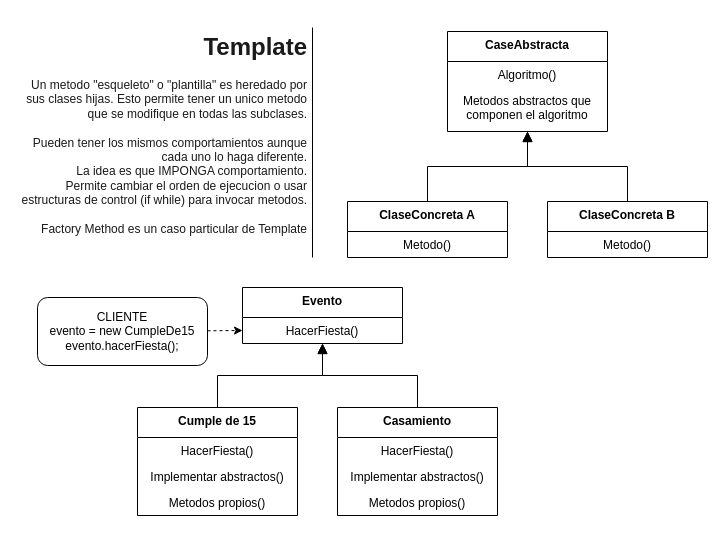
Earlier version of the draw.io diagram page "6 Template Method" (6 of 6) of Patrones de Disenio.drawio (veroyols/I3007_patrones_de_disenio). Source tidied: cells renumbered, new cells numbered last; positions are measured from the earlier drawing's top-left corner, leaving out a move shared by most shapes. Both pictures are drawn from the tidied source at 100%, with x=0, y=0 at pixel (17, 27).
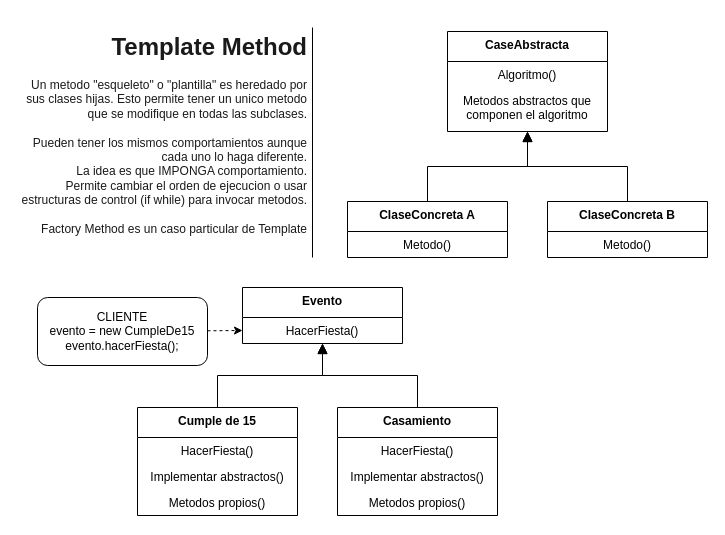
The same page after the edit.

Change to the diagram source:
```diff
@@
-    <mxCell id="5" value="&lt;h1&gt;&lt;font color=&quot;#1a1a1a&quot;&gt;Template&lt;/font&gt;&lt;/h1&gt;&lt;div&gt;&lt;span&gt;&lt;font color=&quot;#1a1a1a&quot;&gt;Un metodo &quot;esqueleto&quot; o &quot;plantilla&quot; es heredado por sus clases hijas. Esto p&lt;/font&gt;&lt;/span&gt;&lt;span&gt;&lt;font color=&quot;#1a1a1a&quot;&gt;ermite tener un unico metodo que se modifique en todas las subclases.&lt;/font&gt;&lt;/span&gt;&lt;/div&gt;&lt;div&gt;&lt;span style=&quot;color: rgb(26 , 26 , 26)&quot;&gt;&lt;br&gt;&lt;/span&gt;&lt;/div&gt;&lt;div&gt;&lt;span style=&quot;color: rgb(26 , 26 , 26)&quot;&gt;Pueden tener los mismos comportamientos aunque cada uno lo haga diferente.&lt;/span&gt;&lt;/div&gt;&lt;div&gt;&lt;span style=&quot;color: rgb(26 , 26 , 26)&quot;&gt;La idea es que IMPONGA comportamiento.&lt;/span&gt;&lt;/div&gt;&lt;div&gt;&lt;font color=&quot;#1a1a1a&quot;&gt;Permite cambiar el orden de ejecucion o usar estructuras de control (if while) para invocar metodos.&lt;/font&gt;&lt;/div&gt;&lt;div&gt;&lt;font color=&quot;#1a1a1a&quot;&gt;&lt;br&gt;&lt;/font&gt;&lt;/div&gt;&lt;div&gt;&lt;font color=&quot;#1a1a1a&quot;&gt;Factory Method es un caso particular de Template&lt;/font&gt;&lt;/div&gt;&lt;p&gt;&lt;/p&gt;" style="text;html=1;strokeColor=none;fillColor=none;spacing=5;spacingTop=-20;whiteSpace=wrap;overflow=hidden;rounded=0;align=right;" parent="1" vertex="1">
+    <mxCell id="5" value="&lt;h1&gt;&lt;font color=&quot;#1a1a1a&quot;&gt;Template Method&lt;/font&gt;&lt;/h1&gt;&lt;div&gt;&lt;span&gt;&lt;font color=&quot;#1a1a1a&quot;&gt;Un metodo &quot;esqueleto&quot; o &quot;plantilla&quot; es heredado por sus clases hijas. Esto p&lt;/font&gt;&lt;/span&gt;&lt;span&gt;&lt;font color=&quot;#1a1a1a&quot;&gt;ermite tener un unico metodo que se modifique en todas las subclases.&lt;/font&gt;&lt;/span&gt;&lt;/div&gt;&lt;div&gt;&lt;span style=&quot;color: rgb(26 , 26 , 26)&quot;&gt;&lt;br&gt;&lt;/span&gt;&lt;/div&gt;&lt;div&gt;&lt;span style=&quot;color: rgb(26 , 26 , 26)&quot;&gt;Pueden tener los mismos comportamientos aunque cada uno lo haga diferente.&lt;/span&gt;&lt;/div&gt;&lt;div&gt;&lt;span style=&quot;color: rgb(26 , 26 , 26)&quot;&gt;La idea es que IMPONGA comportamiento.&lt;/span&gt;&lt;/div&gt;&lt;div&gt;&lt;font color=&quot;#1a1a1a&quot;&gt;Permite cambiar el orden de ejecucion o usar estructuras de control (if while) para invocar metodos.&lt;/font&gt;&lt;/div&gt;&lt;div&gt;&lt;font color=&quot;#1a1a1a&quot;&gt;&lt;br&gt;&lt;/font&gt;&lt;/div&gt;&lt;div&gt;&lt;font color=&quot;#1a1a1a&quot;&gt;Factory Method es un caso particular de Template&lt;/font&gt;&lt;/div&gt;&lt;p&gt;&lt;/p&gt;" style="text;html=1;strokeColor=none;fillColor=none;spacing=5;spacingTop=-20;whiteSpace=wrap;overflow=hidden;rounded=0;align=right;" parent="1" vertex="1">
       <mxGeometry width="295" height="230" as="geometry" />
     </mxCell>
```
